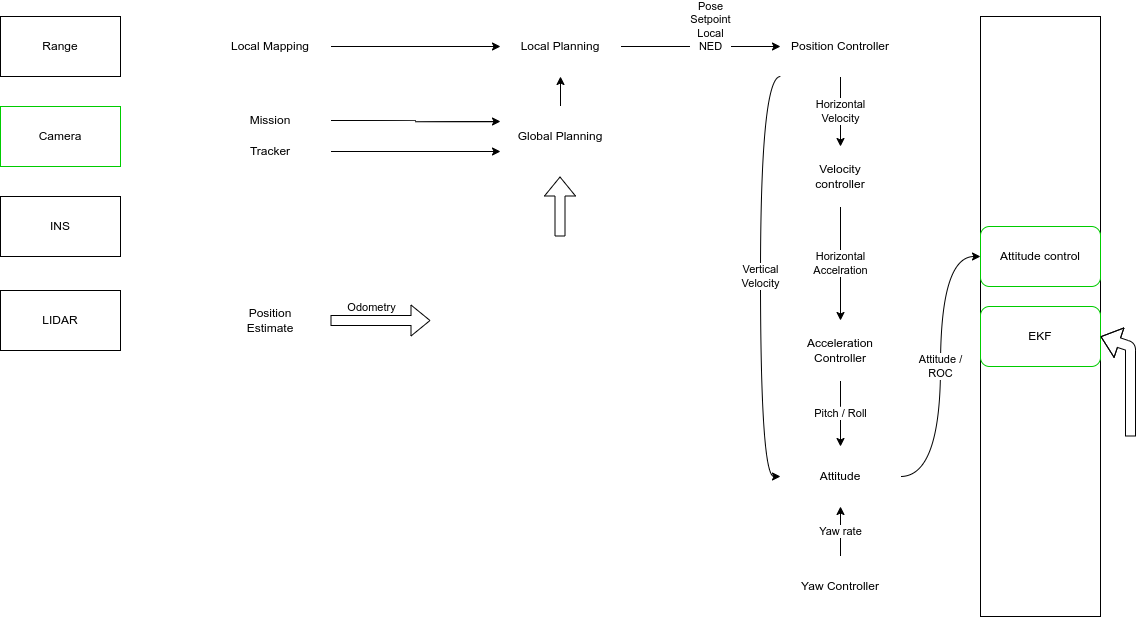
robobe/robobe.github.io keeps this draw.io diagram as docs/projects/ros2_uav/images/block.drawio.png. Above is the earlier version. Source tidied: cells renumbered, new cells last; positions are measured from the earlier drawing's top-left corner, leaving out a move shared by most shapes.
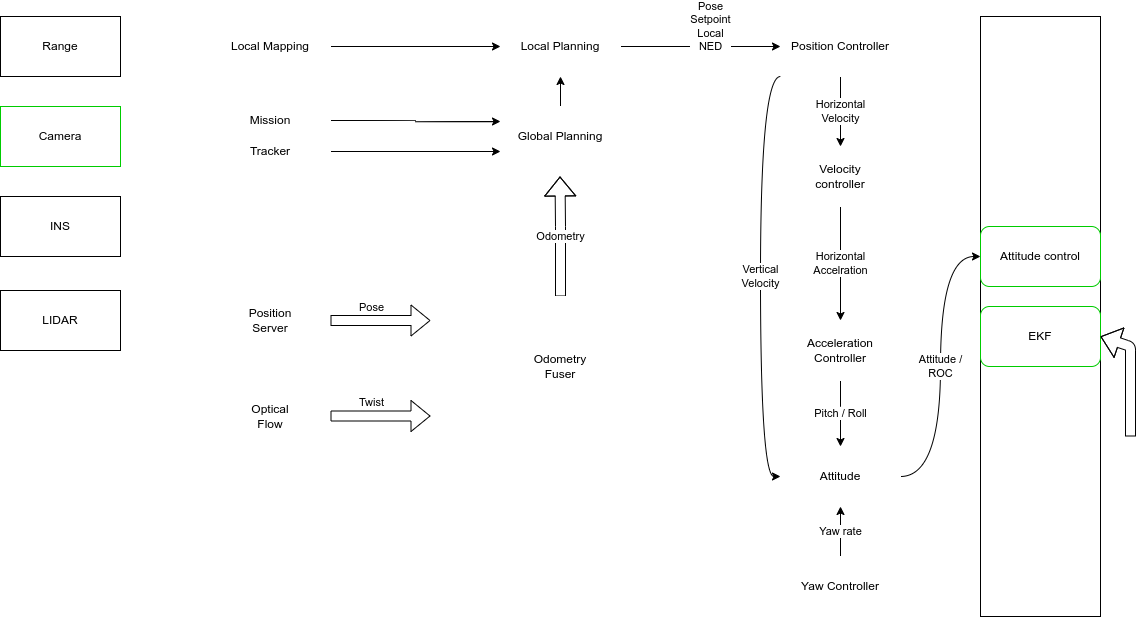
After the commit.

What changed in the source:
```diff
@@ -37,7 +37,7 @@
     <mxCell id="11" value="EKF" style="rounded=1;whiteSpace=wrap;html=1;strokeColor=#00CC00;" parent="1" vertex="1">
       <mxGeometry x="980" y="290" width="120" height="60" as="geometry" />
     </mxCell>
-    <mxCell id="12" value="Position&lt;br&gt;Estimate" style="rounded=1;whiteSpace=wrap;html=1;strokeColor=#FFFFFF;" parent="1" vertex="1">
+    <mxCell id="12" value="Position&lt;br&gt;Server" style="rounded=1;whiteSpace=wrap;html=1;strokeColor=#FFFFFF;" parent="1" vertex="1">
       <mxGeometry x="210" y="274" width="120" height="60" as="geometry" />
     </mxCell>
     <mxCell id="13" value="Horizontal&lt;br&gt;Accelration" style="edgeStyle=orthogonalEdgeStyle;curved=1;html=1;" parent="1" edge="1" source="14" target="16">
@@ -99,10 +99,12 @@
     <mxCell id="30" value="Local Mapping" style="rounded=1;whiteSpace=wrap;html=1;strokeColor=#FFFFFF;" parent="1" vertex="1">
       <mxGeometry x="210" width="120" height="60" as="geometry" />
     </mxCell>
-    <mxCell id="31" style="shape=flexArrow;endArrow=classic;html=1;curved=1;" parent="1" edge="1">
+    <mxCell id="31" value="Odometry" style="shape=flexArrow;endArrow=classic;html=1;curved=1;exitX=0.5;exitY=0;exitDx=0;exitDy=0;" parent="1" edge="1" source="38">
       <mxGeometry relative="1" as="geometry">
-        <mxPoint x="559.5" y="220" as="sourcePoint" />
         <mxPoint x="559.5" y="160" as="targetPoint" />
+        <Array as="points">
+          <mxPoint x="560" y="210" />
+        </Array>
       </mxGeometry>
     </mxCell>
     <mxCell id="32" style="shape=flexArrow;endArrow=classic;html=1;curved=1;exitX=1;exitY=0.5;exitDx=0;exitDy=0;" parent="1" edge="1" source="12">
@@ -110,7 +112,7 @@
         <mxPoint x="430" y="304" as="targetPoint" />
       </mxGeometry>
     </mxCell>
-    <mxCell id="33" value="Odometry" style="edgeLabel;html=1;align=center;verticalAlign=middle;" parent="32" vertex="1">
+    <mxCell id="33" value="Pose" style="edgeLabel;html=1;align=center;verticalAlign=middle;" parent="32" vertex="1">
       <mxGeometry x="-0.37" y="3" relative="1" as="geometry">
         <mxPoint x="8" y="-11" as="offset" />
       </mxGeometry>
@@ -123,5 +125,22 @@
         </Array>
       </mxGeometry>
     </mxCell>
+    <mxCell id="35" value="Optical&lt;br&gt;Flow" style="rounded=1;whiteSpace=wrap;html=1;strokeColor=#FFFFFF;" parent="1" vertex="1">
+      <mxGeometry x="210" y="370" width="120" height="60" as="geometry" />
+    </mxCell>
+    <mxCell id="36" style="shape=flexArrow;endArrow=classic;html=1;curved=1;exitX=1;exitY=0.5;exitDx=0;exitDy=0;" parent="1" edge="1">
+      <mxGeometry relative="1" as="geometry">
+        <mxPoint x="330" y="399.5" as="sourcePoint" />
+        <mxPoint x="430" y="399.5" as="targetPoint" />
+      </mxGeometry>
+    </mxCell>
+    <mxCell id="37" value="Twist" style="edgeLabel;html=1;align=center;verticalAlign=middle;" parent="36" vertex="1">
+      <mxGeometry x="-0.37" y="3" relative="1" as="geometry">
+        <mxPoint x="8" y="-11" as="offset" />
+      </mxGeometry>
+    </mxCell>
+    <mxCell id="38" value="Odometry&lt;br&gt;Fuser&lt;br&gt;" style="rounded=1;whiteSpace=wrap;html=1;strokeColor=#FFFFFF;" parent="1" vertex="1">
+      <mxGeometry x="500" y="280" width="120" height="140" as="geometry" />
+    </mxCell>
   </root>
 </mxGraphModel>
```
